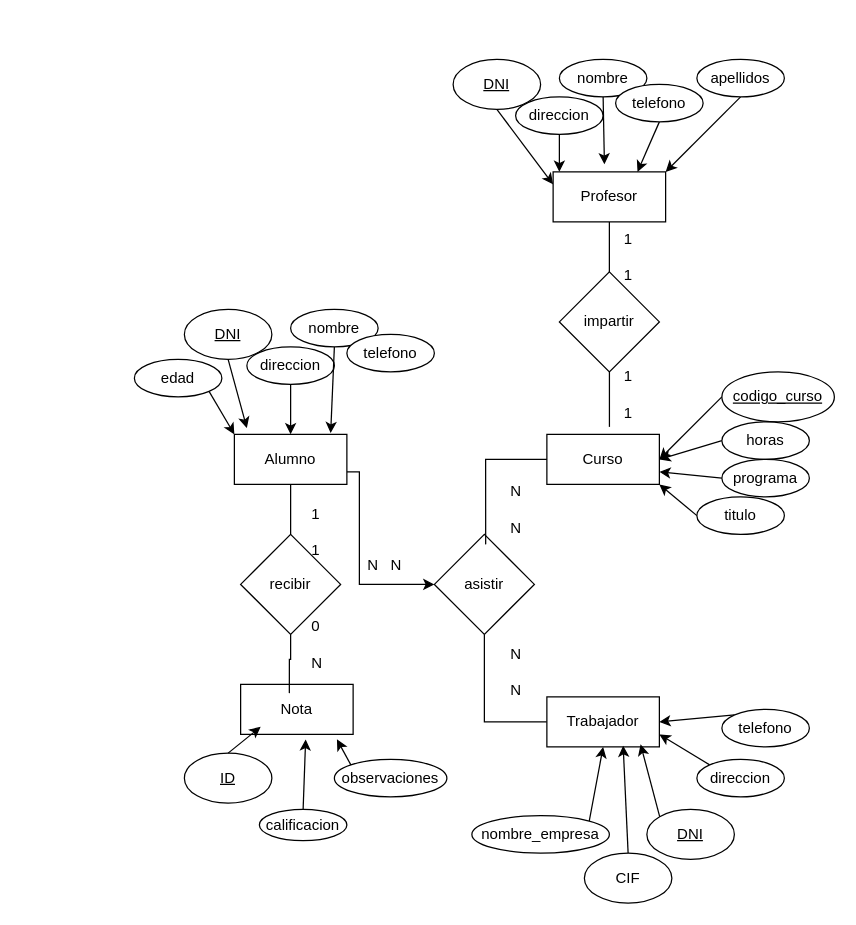
adriii28/amr-tsys-C3U12-11102023 keeps this draw.io diagram as ej2.drawio. Above is the earlier version. Source tidied: cells renumbered, new cells numbered last; positions are measured from the earlier drawing's top-left corner, leaving out a move shared by most shapes. Both pictures are drawn from the tidied source at 125%, with x=0, y=0 at pixel (134, 59).
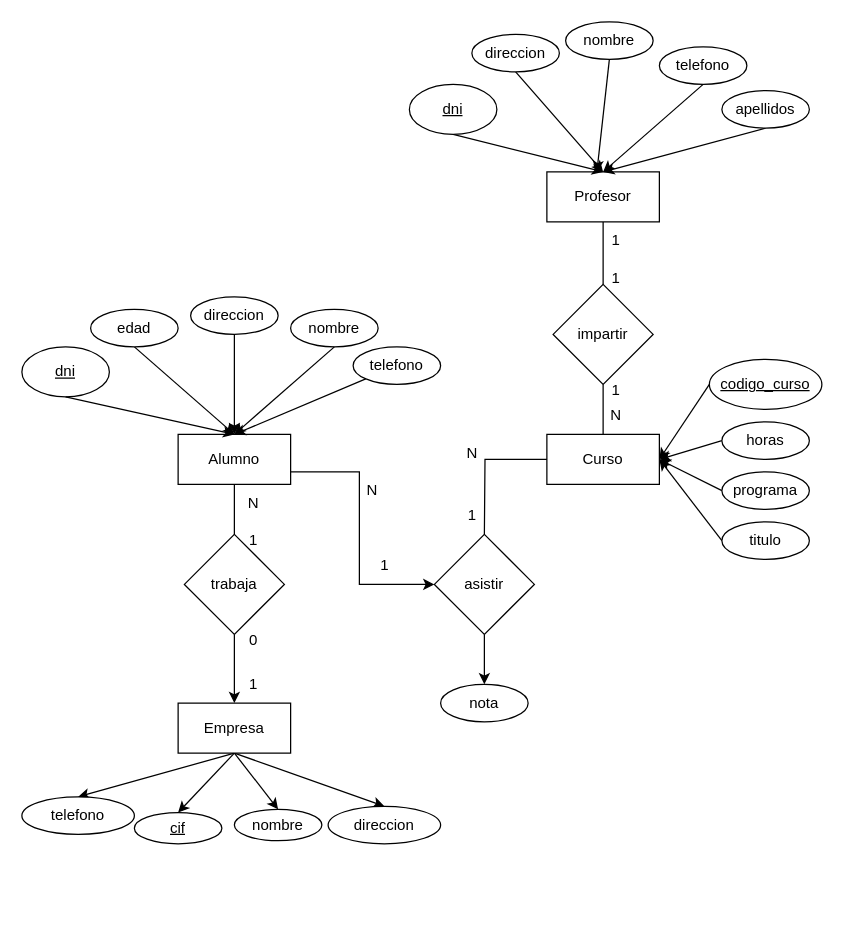
Above is the later version.

Unchanged cells that the change refers to:
```xml
<mxCell id="6" value="Curso" style="rounded=0;whiteSpace=wrap;html=1;" parent="1" vertex="1">
  <mxGeometry x="330" y="300" width="90" height="40" as="geometry" />
</mxCell>
<mxCell id="9" value="asistir" style="rhombus;whiteSpace=wrap;html=1;" parent="1" vertex="1">
  <mxGeometry x="240" y="380" width="80" height="80" as="geometry" />
</mxCell>
<mxCell id="26" value="nombre" style="ellipse;whiteSpace=wrap;html=1;" parent="1" vertex="1">
  <mxGeometry x="125" y="200" width="70" height="30" as="geometry" />
</mxCell>
```

What changed in the source:
```diff
@@
     <mxCell id="3" value="Alumno" style="rounded=0;whiteSpace=wrap;html=1;" parent="1" vertex="1">
-      <mxGeometry x="80" y="300" width="90" height="40" as="geometry" />
+      <mxGeometry x="35" y="300" width="90" height="40" as="geometry" />
     </mxCell>
-    <mxCell id="4" style="edgeStyle=orthogonalEdgeStyle;rounded=0;jettySize=auto;html=1;entryX=0.5;entryY=1;entryDx=0;entryDy=0;endArrow=none;endFill=0;startArrow=none;startFill=0;" parent="1" edge="1" source="5" target="9">
-      <mxGeometry relative="1" as="geometry" />
-    </mxCell>
-    <mxCell id="5" value="&lt;div&gt;Trabajador&lt;/div&gt;" style="rounded=0;whiteSpace=wrap;html=1;" parent="1" vertex="1">
-      <mxGeometry x="330" y="510" width="90" height="40" as="geometry" />
-    </mxCell>
@@
     <mxCell id="7" value="&lt;div&gt;Profesor&lt;/div&gt;" style="rounded=0;whiteSpace=wrap;html=1;" parent="1" vertex="1">
-      <mxGeometry x="335" y="90" width="90" height="40" as="geometry" />
+      <mxGeometry x="330" y="90" width="90" height="40" as="geometry" />
     </mxCell>
+    <mxCell id="67" style="rounded=0;jettySize=auto;html=1;entryX=0.5;entryY=0;entryDx=0;entryDy=0;exitX=0.5;exitY=1;exitDx=0;exitDy=0;" parent="1" edge="1" source="8" target="61">
+      <mxGeometry relative="1" as="geometry" />
+    </mxCell>
+    <mxCell id="68" style="rounded=0;jettySize=auto;html=1;entryX=0.5;entryY=0;entryDx=0;entryDy=0;exitX=0.5;exitY=1;exitDx=0;exitDy=0;" parent="1" edge="1" source="8" target="62">
+      <mxGeometry relative="1" as="geometry" />
+    </mxCell>
+    <mxCell id="69" style="rounded=0;jettySize=auto;html=1;entryX=0.5;entryY=0;entryDx=0;entryDy=0;exitX=0.5;exitY=1;exitDx=0;exitDy=0;" parent="1" edge="1" source="8" target="39">
+      <mxGeometry relative="1" as="geometry" />
+    </mxCell>
-    <mxCell id="8" value="&lt;div&gt;Nota&lt;/div&gt;" style="rounded=0;whiteSpace=wrap;html=1;" parent="1" vertex="1">
-      <mxGeometry x="85" y="500" width="90" height="40" as="geometry" />
+    <mxCell id="8" value="&lt;div&gt;Empresa&lt;/div&gt;" style="rounded=0;whiteSpace=wrap;html=1;" parent="1" vertex="1">
+      <mxGeometry x="35" y="515" width="90" height="40" as="geometry" />
     </mxCell>
+    <mxCell id="70" style="edgeStyle=orthogonalEdgeStyle;rounded=0;jettySize=auto;html=1;entryX=0.5;entryY=0;entryDx=0;entryDy=0;exitX=0.5;exitY=1;exitDx=0;exitDy=0;" parent="1" edge="1" source="9" target="72">
+      <mxGeometry relative="1" as="geometry" />
+    </mxCell>
@@
-    <mxCell id="10" style="edgeStyle=orthogonalEdgeStyle;rounded=0;jettySize=auto;html=1;entryX=0.513;entryY=0.1;entryDx=0;entryDy=0;entryPerimeter=0;endArrow=none;endFill=0;startArrow=none;startFill=0;" parent="1" edge="1" source="6" target="9">
-      <mxGeometry relative="1" as="geometry" />
+    <mxCell id="10" style="edgeStyle=orthogonalEdgeStyle;rounded=0;jettySize=auto;html=1;endArrow=none;endFill=0;startArrow=none;startFill=0;" parent="1" edge="1" source="6">
+      <mxGeometry relative="1" as="geometry">
+        <mxPoint x="280" y="380" as="targetPoint" />
+      </mxGeometry>
     </mxCell>
@@
     <mxCell id="12" value="impartir" style="rhombus;whiteSpace=wrap;html=1;" parent="1" vertex="1">
-      <mxGeometry x="340" y="170" width="80" height="80" as="geometry" />
+      <mxGeometry x="335" y="180" width="80" height="80" as="geometry" />
     </mxCell>
-    <mxCell id="13" style="edgeStyle=orthogonalEdgeStyle;rounded=0;jettySize=auto;html=1;entryX=0.556;entryY=-0.15;entryDx=0;entryDy=0;entryPerimeter=0;endArrow=none;endFill=0;startArrow=none;startFill=0;" parent="1" edge="1" source="12" target="6">
+    <mxCell id="13" style="edgeStyle=orthogonalEdgeStyle;rounded=0;jettySize=auto;html=1;entryX=0.5;entryY=0;entryDx=0;entryDy=0;endArrow=none;endFill=0;startArrow=none;startFill=0;" parent="1" edge="1" source="12" target="6">
       <mxGeometry relative="1" as="geometry" />
     </mxCell>
@@
+    <mxCell id="16" style="edgeStyle=orthogonalEdgeStyle;rounded=0;jettySize=auto;html=1;" parent="1" edge="1" source="15" target="8">
+      <mxGeometry relative="1" as="geometry" />
+    </mxCell>
-    <mxCell id="15" value="recibir" style="rhombus;whiteSpace=wrap;html=1;" parent="1" vertex="1">
-      <mxGeometry x="85" y="380" width="80" height="80" as="geometry" />
+    <mxCell id="15" value="trabaja" style="rhombus;whiteSpace=wrap;html=1;" parent="1" vertex="1">
+      <mxGeometry x="40" y="380" width="80" height="80" as="geometry" />
     </mxCell>
-    <mxCell id="16" style="edgeStyle=orthogonalEdgeStyle;rounded=0;jettySize=auto;html=1;entryX=0.433;entryY=0.175;entryDx=0;entryDy=0;entryPerimeter=0;endArrow=none;endFill=0;startArrow=none;startFill=0;" parent="1" edge="1" source="15" target="8">
-      <mxGeometry relative="1" as="geometry" />
-    </mxCell>
-    <mxCell id="17" value="&lt;div&gt;N&lt;/div&gt;&lt;div&gt;&lt;br&gt;&lt;/div&gt;&lt;div&gt;N&lt;/div&gt;" style="text;html=1;align=center;verticalAlign=middle;strokeColor=none;fillColor=none;" parent="1" vertex="1">
-      <mxGeometry x="290" y="460" width="30" height="60" as="geometry" />
-    </mxCell>
-    <mxCell id="18" value="&lt;div&gt;N&lt;/div&gt;&lt;div&gt;&lt;br&gt;&lt;/div&gt;&lt;div&gt;N&lt;/div&gt;" style="text;html=1;align=center;verticalAlign=middle;strokeColor=none;fillColor=none;" parent="1" vertex="1">
-      <mxGeometry x="290" y="330" width="30" height="60" as="geometry" />
-    </mxCell>
-    <mxCell id="19" value="0&lt;br&gt;&lt;div&gt;&lt;br&gt;&lt;/div&gt;&lt;div&gt;N&lt;br&gt;&lt;/div&gt;" style="text;whiteSpace=wrap;html=1;" parent="1" vertex="1">
-      <mxGeometry x="140" y="440" width="40" height="70" as="geometry" />
-    </mxCell>
-    <mxCell id="20" value="&lt;div&gt;1&lt;/div&gt;&lt;div&gt;&lt;br&gt;&lt;/div&gt;&lt;div&gt;1&lt;br&gt;&lt;/div&gt;" style="text;whiteSpace=wrap;html=1;" parent="1" vertex="1">
-      <mxGeometry x="390" y="130" width="40" height="70" as="geometry" />
-    </mxCell>
-    <mxCell id="21" value="&lt;div&gt;1&lt;/div&gt;&lt;div&gt;&lt;br&gt;&lt;/div&gt;&lt;div&gt;1&lt;br&gt;&lt;/div&gt;" style="text;whiteSpace=wrap;html=1;" parent="1" vertex="1">
-      <mxGeometry x="390" y="240" width="40" height="70" as="geometry" />
-    </mxCell>
-    <mxCell id="22" value="&lt;div&gt;1&lt;/div&gt;&lt;div&gt;&lt;br&gt;&lt;/div&gt;&lt;div&gt;1&lt;br&gt;&lt;/div&gt;" style="text;whiteSpace=wrap;html=1;" parent="1" vertex="1">
-      <mxGeometry x="140" y="350" width="40" height="70" as="geometry" />
-    </mxCell>
-    <mxCell id="23" value="DNI" style="ellipse;whiteSpace=wrap;html=1;fontStyle=4;" parent="1" vertex="1">
-      <mxGeometry x="40" y="200" width="70" height="40" as="geometry" />
+    <mxCell id="23" value="dni" style="ellipse;whiteSpace=wrap;html=1;fontStyle=4;" parent="1" vertex="1">
+      <mxGeometry x="-90" y="230" width="70" height="40" as="geometry" />
     </mxCell>
@@
     <mxCell id="25" value="&lt;div&gt;direccion&lt;/div&gt;" style="ellipse;whiteSpace=wrap;html=1;" parent="1" vertex="1">
-      <mxGeometry x="90" y="230" width="70" height="30" as="geometry" />
+      <mxGeometry x="45" y="190" width="70" height="30" as="geometry" />
     </mxCell>
@@
+    <mxCell id="71" style="rounded=0;jettySize=auto;html=1;entryX=0.5;entryY=0;entryDx=0;entryDy=0;" parent="1" edge="1" source="27" target="3">
+      <mxGeometry relative="1" as="geometry" />
+    </mxCell>
     <mxCell id="27" value="&lt;div&gt;telefono&lt;/div&gt;" style="ellipse;whiteSpace=wrap;html=1;" parent="1" vertex="1">
-      <mxGeometry x="170" y="220" width="70" height="30" as="geometry" />
+      <mxGeometry x="175" y="230" width="70" height="30" as="geometry" />
     </mxCell>
-    <mxCell id="28" style="rounded=0;jettySize=auto;html=1;exitX=1;exitY=1;exitDx=0;exitDy=0;entryX=0;entryY=0;entryDx=0;entryDy=0;" parent="1" edge="1" source="29" target="3">
+    <mxCell id="28" style="rounded=0;jettySize=auto;html=1;exitX=0.5;exitY=1;exitDx=0;exitDy=0;entryX=0.5;entryY=0;entryDx=0;entryDy=0;" parent="1" edge="1" source="29" target="3">
       <mxGeometry relative="1" as="geometry" />
     </mxCell>
     <mxCell id="29" value="edad" style="ellipse;whiteSpace=wrap;html=1;" parent="1" vertex="1">
-      <mxGeometry y="240" width="70" height="30" as="geometry" />
+      <mxGeometry x="-35" y="200" width="70" height="30" as="geometry" />
     </mxCell>
-    <mxCell id="30" style="rounded=0;jettySize=auto;html=1;exitX=0.5;exitY=1;exitDx=0;exitDy=0;entryX=0.111;entryY=-0.125;entryDx=0;entryDy=0;entryPerimeter=0;" parent="1" edge="1" source="23" target="3">
+    <mxCell id="30" style="rounded=0;jettySize=auto;html=1;exitX=0.5;exitY=1;exitDx=0;exitDy=0;entryX=0.5;entryY=0;entryDx=0;entryDy=0;" parent="1" edge="1" source="23" target="3">
       <mxGeometry relative="1" as="geometry" />
     </mxCell>
-    <mxCell id="31" style="rounded=0;jettySize=auto;html=1;exitX=0.5;exitY=1;exitDx=0;exitDy=0;entryX=0.856;entryY=-0.025;entryDx=0;entryDy=0;entryPerimeter=0;" parent="1" edge="1" source="26" target="3">
+    <mxCell id="31" style="rounded=0;jettySize=auto;html=1;exitX=0.5;exitY=1;exitDx=0;exitDy=0;entryX=0.5;entryY=0;entryDx=0;entryDy=0;" parent="1" edge="1" source="26" target="3">
       <mxGeometry relative="1" as="geometry" />
     </mxCell>
-    <mxCell id="32" value="DNI" style="ellipse;whiteSpace=wrap;html=1;fontStyle=4;" parent="1" vertex="1">
-      <mxGeometry x="410" y="600" width="70" height="40" as="geometry" />
-    </mxCell>
-    <mxCell id="33" value="CIF" style="ellipse;whiteSpace=wrap;html=1;fontStyle=0;" parent="1" vertex="1">
-      <mxGeometry x="360" y="635" width="70" height="40" as="geometry" />
-    </mxCell>
-    <mxCell id="34" style="rounded=0;jettySize=auto;html=1;exitX=1;exitY=0;exitDx=0;exitDy=0;entryX=0.5;entryY=1;entryDx=0;entryDy=0;" parent="1" edge="1" source="35" target="5">
-      <mxGeometry relative="1" as="geometry" />
-    </mxCell>
-    <mxCell id="35" value="&lt;div&gt;nombre_empresa&lt;/div&gt;" style="ellipse;whiteSpace=wrap;html=1;" parent="1" vertex="1">
-      <mxGeometry x="270" y="605" width="110" height="30" as="geometry" />
-    </mxCell>
-    <mxCell id="36" style="rounded=0;jettySize=auto;html=1;exitX=0;exitY=0;exitDx=0;exitDy=0;entryX=1;entryY=0.75;entryDx=0;entryDy=0;" parent="1" edge="1" source="37" target="5">
-      <mxGeometry relative="1" as="geometry" />
-    </mxCell>
-    <mxCell id="37" value="&lt;div&gt;direccion&lt;/div&gt;" style="ellipse;whiteSpace=wrap;html=1;" parent="1" vertex="1">
-      <mxGeometry x="450" y="560" width="70" height="30" as="geometry" />
-    </mxCell>
-    <mxCell id="38" style="rounded=0;jettySize=auto;html=1;exitX=0;exitY=0;exitDx=0;exitDy=0;entryX=1;entryY=0.5;entryDx=0;entryDy=0;" parent="1" edge="1" source="39" target="5">
-      <mxGeometry relative="1" as="geometry" />
-    </mxCell>
-    <mxCell id="39" value="&lt;div&gt;telefono&lt;/div&gt;" style="ellipse;whiteSpace=wrap;html=1;" parent="1" vertex="1">
-      <mxGeometry x="470" y="520" width="70" height="30" as="geometry" />
-    </mxCell>
-    <mxCell id="40" style="rounded=0;jettySize=auto;html=1;exitX=0;exitY=0;exitDx=0;exitDy=0;entryX=0.833;entryY=0.95;entryDx=0;entryDy=0;entryPerimeter=0;" parent="1" edge="1" source="32" target="5">
-      <mxGeometry relative="1" as="geometry" />
-    </mxCell>
-    <mxCell id="41" style="rounded=0;jettySize=auto;html=1;exitX=0.5;exitY=0;exitDx=0;exitDy=0;entryX=0.678;entryY=0.975;entryDx=0;entryDy=0;entryPerimeter=0;" parent="1" edge="1" source="33" target="5">
-      <mxGeometry relative="1" as="geometry" />
-    </mxCell>
@@
     <mxCell id="43" value="&lt;div&gt;codigo_curso&lt;/div&gt;" style="ellipse;whiteSpace=wrap;html=1;fontStyle=4;" parent="1" vertex="1">
-      <mxGeometry x="470" y="250" width="90" height="40" as="geometry" />
+      <mxGeometry x="460" y="240" width="90" height="40" as="geometry" />
     </mxCell>
@@
-    <mxCell id="46" style="rounded=0;jettySize=auto;html=1;exitX=0;exitY=0.5;exitDx=0;exitDy=0;entryX=1;entryY=0.75;entryDx=0;entryDy=0;" parent="1" edge="1" source="47" target="6">
+    <mxCell id="46" style="rounded=0;jettySize=auto;html=1;exitX=0;exitY=0.5;exitDx=0;exitDy=0;entryX=1;entryY=0.5;entryDx=0;entryDy=0;" parent="1" edge="1" source="47" target="6">
       <mxGeometry relative="1" as="geometry" />
     </mxCell>
     <mxCell id="47" value="programa" style="ellipse;whiteSpace=wrap;html=1;" parent="1" vertex="1">
-      <mxGeometry x="470" y="320" width="70" height="30" as="geometry" />
+      <mxGeometry x="470" y="330" width="70" height="30" as="geometry" />
     </mxCell>
-    <mxCell id="48" style="rounded=0;jettySize=auto;html=1;exitX=0;exitY=0.5;exitDx=0;exitDy=0;" parent="1" edge="1" source="49">
-      <mxGeometry relative="1" as="geometry">
-        <mxPoint x="420" y="340" as="targetPoint" />
-      </mxGeometry>
+    <mxCell id="48" style="rounded=0;jettySize=auto;html=1;exitX=0;exitY=0.5;exitDx=0;exitDy=0;entryX=1;entryY=0.5;entryDx=0;entryDy=0;" parent="1" edge="1" source="49" target="6">
+      <mxGeometry relative="1" as="geometry" />
     </mxCell>
     <mxCell id="49" value="titulo" style="ellipse;whiteSpace=wrap;html=1;" parent="1" vertex="1">
-      <mxGeometry x="450" y="350" width="70" height="30" as="geometry" />
+      <mxGeometry x="470" y="370" width="70" height="30" as="geometry" />
     </mxCell>
-    <mxCell id="50" style="rounded=0;jettySize=auto;html=1;exitX=0.5;exitY=1;exitDx=0;exitDy=0;entryX=0;entryY=0.25;entryDx=0;entryDy=0;" parent="1" edge="1" source="51" target="7">
+    <mxCell id="50" style="rounded=0;jettySize=auto;html=1;exitX=0.5;exitY=1;exitDx=0;exitDy=0;entryX=0.5;entryY=0;entryDx=0;entryDy=0;" parent="1" edge="1" source="51" target="7">
       <mxGeometry relative="1" as="geometry" />
     </mxCell>
-    <mxCell id="51" value="DNI" style="ellipse;whiteSpace=wrap;html=1;fontStyle=4;" parent="1" vertex="1">
-      <mxGeometry x="255" width="70" height="40" as="geometry" />
+    <mxCell id="51" value="dni" style="ellipse;whiteSpace=wrap;html=1;fontStyle=4;" parent="1" vertex="1">
+      <mxGeometry x="220" y="20" width="70" height="40" as="geometry" />
     </mxCell>
-    <mxCell id="52" style="rounded=0;jettySize=auto;html=1;exitX=0.5;exitY=1;exitDx=0;exitDy=0;" parent="1" edge="1" source="53">
-      <mxGeometry relative="1" as="geometry">
-        <mxPoint x="340" y="90" as="targetPoint" />
-      </mxGeometry>
+    <mxCell id="52" style="rounded=0;jettySize=auto;html=1;exitX=0.5;exitY=1;exitDx=0;exitDy=0;entryX=0.5;entryY=0;entryDx=0;entryDy=0;" parent="1" edge="1" source="53" target="7">
+      <mxGeometry relative="1" as="geometry" />
     </mxCell>
     <mxCell id="53" value="&lt;div&gt;direccion&lt;/div&gt;" style="ellipse;whiteSpace=wrap;html=1;" parent="1" vertex="1">
-      <mxGeometry x="305" y="30" width="70" height="30" as="geometry" />
+      <mxGeometry x="270" y="-20" width="70" height="30" as="geometry" />
     </mxCell>
     <mxCell id="54" value="nombre" style="ellipse;whiteSpace=wrap;html=1;" parent="1" vertex="1">
-      <mxGeometry x="340" width="70" height="30" as="geometry" />
+      <mxGeometry x="345" y="-30" width="70" height="30" as="geometry" />
     </mxCell>
-    <mxCell id="55" style="rounded=0;jettySize=auto;html=1;exitX=0.5;exitY=1;exitDx=0;exitDy=0;entryX=0.75;entryY=0;entryDx=0;entryDy=0;" parent="1" edge="1" source="56" target="7">
+    <mxCell id="55" style="rounded=0;jettySize=auto;html=1;exitX=0.5;exitY=1;exitDx=0;exitDy=0;entryX=0.5;entryY=0;entryDx=0;entryDy=0;" parent="1" edge="1" source="56" target="7">
       <mxGeometry relative="1" as="geometry" />
     </mxCell>
     <mxCell id="56" value="&lt;div&gt;telefono&lt;/div&gt;" style="ellipse;whiteSpace=wrap;html=1;" parent="1" vertex="1">
-      <mxGeometry x="385" y="20" width="70" height="30" as="geometry" />
+      <mxGeometry x="420" y="-10" width="70" height="30" as="geometry" />
     </mxCell>
-    <mxCell id="57" style="rounded=0;jettySize=auto;html=1;exitX=0.5;exitY=1;exitDx=0;exitDy=0;entryX=1;entryY=0;entryDx=0;entryDy=0;" parent="1" edge="1" source="58" target="7">
+    <mxCell id="57" style="rounded=0;jettySize=auto;html=1;exitX=0.5;exitY=1;exitDx=0;exitDy=0;entryX=0.5;entryY=0;entryDx=0;entryDy=0;" parent="1" edge="1" source="58" target="7">
       <mxGeometry relative="1" as="geometry" />
     </mxCell>
     <mxCell id="58" value="apellidos" style="ellipse;whiteSpace=wrap;html=1;" parent="1" vertex="1">
-      <mxGeometry x="450" width="70" height="30" as="geometry" />
+      <mxGeometry x="470" y="25" width="70" height="30" as="geometry" />
     </mxCell>
-    <mxCell id="59" style="rounded=0;jettySize=auto;html=1;exitX=0.5;exitY=1;exitDx=0;exitDy=0;entryX=0.456;entryY=-0.15;entryDx=0;entryDy=0;entryPerimeter=0;" parent="1" edge="1" source="54" target="7">
-      <mxGeometry relative="1" as="geometry" />
+    <mxCell id="59" style="rounded=0;jettySize=auto;html=1;exitX=0.5;exitY=1;exitDx=0;exitDy=0;" parent="1" edge="1" source="54">
+      <mxGeometry relative="1" as="geometry">
+        <mxPoint x="370" y="90" as="targetPoint" />
+      </mxGeometry>
     </mxCell>
-    <mxCell id="60" value="ID" style="ellipse;whiteSpace=wrap;html=1;fontStyle=4;" parent="1" vertex="1">
-      <mxGeometry x="40" y="555" width="70" height="40" as="geometry" />
-    </mxCell>
-    <mxCell id="61" value="calificacion" style="ellipse;whiteSpace=wrap;html=1;" parent="1" vertex="1">
-      <mxGeometry x="100" y="600" width="70" height="25" as="geometry" />
+    <mxCell id="61" value="nombre" style="ellipse;whiteSpace=wrap;html=1;" parent="1" vertex="1">
+      <mxGeometry x="80" y="600" width="70" height="25" as="geometry" />
     </mxCell>
-    <mxCell id="62" value="observaciones" style="ellipse;whiteSpace=wrap;html=1;" parent="1" vertex="1">
-      <mxGeometry x="160" y="560" width="90" height="30" as="geometry" />
+    <mxCell id="62" value="direccion" style="ellipse;whiteSpace=wrap;html=1;" parent="1" vertex="1">
+      <mxGeometry x="155" y="597.5" width="90" height="30" as="geometry" />
     </mxCell>
-    <mxCell id="63" style="rounded=0;jettySize=auto;html=1;exitX=0.5;exitY=0;exitDx=0;exitDy=0;entryX=0.178;entryY=0.85;entryDx=0;entryDy=0;entryPerimeter=0;" parent="1" edge="1" source="60" target="8">
-      <mxGeometry relative="1" as="geometry" />
-    </mxCell>
-    <mxCell id="64" style="rounded=0;jettySize=auto;html=1;exitX=0.5;exitY=0;exitDx=0;exitDy=0;entryX=0.578;entryY=1.1;entryDx=0;entryDy=0;entryPerimeter=0;" parent="1" edge="1" source="61" target="8">
-      <mxGeometry relative="1" as="geometry" />
-    </mxCell>
-    <mxCell id="65" style="rounded=0;jettySize=auto;html=1;exitX=0;exitY=0;exitDx=0;exitDy=0;entryX=0.856;entryY=1.1;entryDx=0;entryDy=0;entryPerimeter=0;" parent="1" edge="1" source="62" target="8">
-      <mxGeometry relative="1" as="geometry" />
-    </mxCell>
-    <mxCell id="66" value="N&amp;nbsp;&amp;nbsp; N" style="text;html=1;align=center;verticalAlign=middle;strokeColor=none;fillColor=none;" parent="1" vertex="1">
-      <mxGeometry x="175" y="390" width="50" height="30" as="geometry" />
-    </mxCell>
+    <mxCell id="72" value="nota" style="ellipse;whiteSpace=wrap;html=1;" parent="1" vertex="1">
+      <mxGeometry x="245" y="500" width="70" height="30" as="geometry" />
+    </mxCell>
+    <mxCell id="73" style="rounded=0;jettySize=auto;html=1;entryX=0.5;entryY=0;entryDx=0;entryDy=0;exitX=0.5;exitY=1;exitDx=0;exitDy=0;" parent="1" edge="1" source="8" target="74">
+      <mxGeometry relative="1" as="geometry" />
+    </mxCell>
+    <mxCell id="39" value="telefono" style="ellipse;whiteSpace=wrap;html=1;" parent="1" vertex="1">
+      <mxGeometry x="-90" y="590" width="90" height="30" as="geometry" />
+    </mxCell>
+    <mxCell id="74" value="&lt;u style=&quot;&quot;&gt;cif&lt;/u&gt;" style="ellipse;whiteSpace=wrap;html=1;" parent="1" vertex="1">
+      <mxGeometry y="602.5" width="70" height="25" as="geometry" />
+    </mxCell>
+    <mxCell id="75" value="1" style="text;html=1;align=center;verticalAlign=middle;strokeColor=none;fillColor=none;" parent="1" vertex="1">
+      <mxGeometry x="370" y="160" width="30" height="30" as="geometry" />
+    </mxCell>
+    <mxCell id="76" value="1" style="text;html=1;align=center;verticalAlign=middle;strokeColor=none;fillColor=none;" parent="1" vertex="1">
+      <mxGeometry x="370" y="130" width="30" height="30" as="geometry" />
+    </mxCell>
+    <mxCell id="77" value="1" style="text;html=1;align=center;verticalAlign=middle;strokeColor=none;fillColor=none;" parent="1" vertex="1">
+      <mxGeometry x="370" y="250" width="30" height="30" as="geometry" />
+    </mxCell>
+    <mxCell id="78" value="N" style="text;html=1;align=center;verticalAlign=middle;strokeColor=none;fillColor=none;" parent="1" vertex="1">
+      <mxGeometry x="370" y="270" width="30" height="30" as="geometry" />
+    </mxCell>
+    <mxCell id="79" value="1" style="text;html=1;align=center;verticalAlign=middle;strokeColor=none;fillColor=none;" parent="1" vertex="1">
+      <mxGeometry x="255" y="350" width="30" height="30" as="geometry" />
+    </mxCell>
+    <mxCell id="80" value="N" style="text;html=1;align=center;verticalAlign=middle;strokeColor=none;fillColor=none;" parent="1" vertex="1">
+      <mxGeometry x="255" y="300" width="30" height="30" as="geometry" />
+    </mxCell>
+    <mxCell id="81" value="1" style="text;html=1;align=center;verticalAlign=middle;strokeColor=none;fillColor=none;" parent="1" vertex="1">
+      <mxGeometry x="185" y="390" width="30" height="30" as="geometry" />
+    </mxCell>
+    <mxCell id="82" value="N" style="text;html=1;align=center;verticalAlign=middle;strokeColor=none;fillColor=none;" parent="1" vertex="1">
+      <mxGeometry x="175" y="330" width="30" height="30" as="geometry" />
+    </mxCell>
+    <mxCell id="83" value="1" style="text;html=1;align=center;verticalAlign=middle;strokeColor=none;fillColor=none;" parent="1" vertex="1">
+      <mxGeometry x="80" y="370" width="30" height="30" as="geometry" />
+    </mxCell>
+    <mxCell id="84" value="N" style="text;html=1;align=center;verticalAlign=middle;strokeColor=none;fillColor=none;" parent="1" vertex="1">
+      <mxGeometry x="80" y="340" width="30" height="30" as="geometry" />
+    </mxCell>
+    <mxCell id="85" value="0" style="text;html=1;align=center;verticalAlign=middle;strokeColor=none;fillColor=none;" parent="1" vertex="1">
+      <mxGeometry x="80" y="450" width="30" height="30" as="geometry" />
+    </mxCell>
+    <mxCell id="86" value="1" style="text;html=1;align=center;verticalAlign=middle;strokeColor=none;fillColor=none;" parent="1" vertex="1">
+      <mxGeometry x="80" y="485" width="30" height="30" as="geometry" />
+    </mxCell>
```
